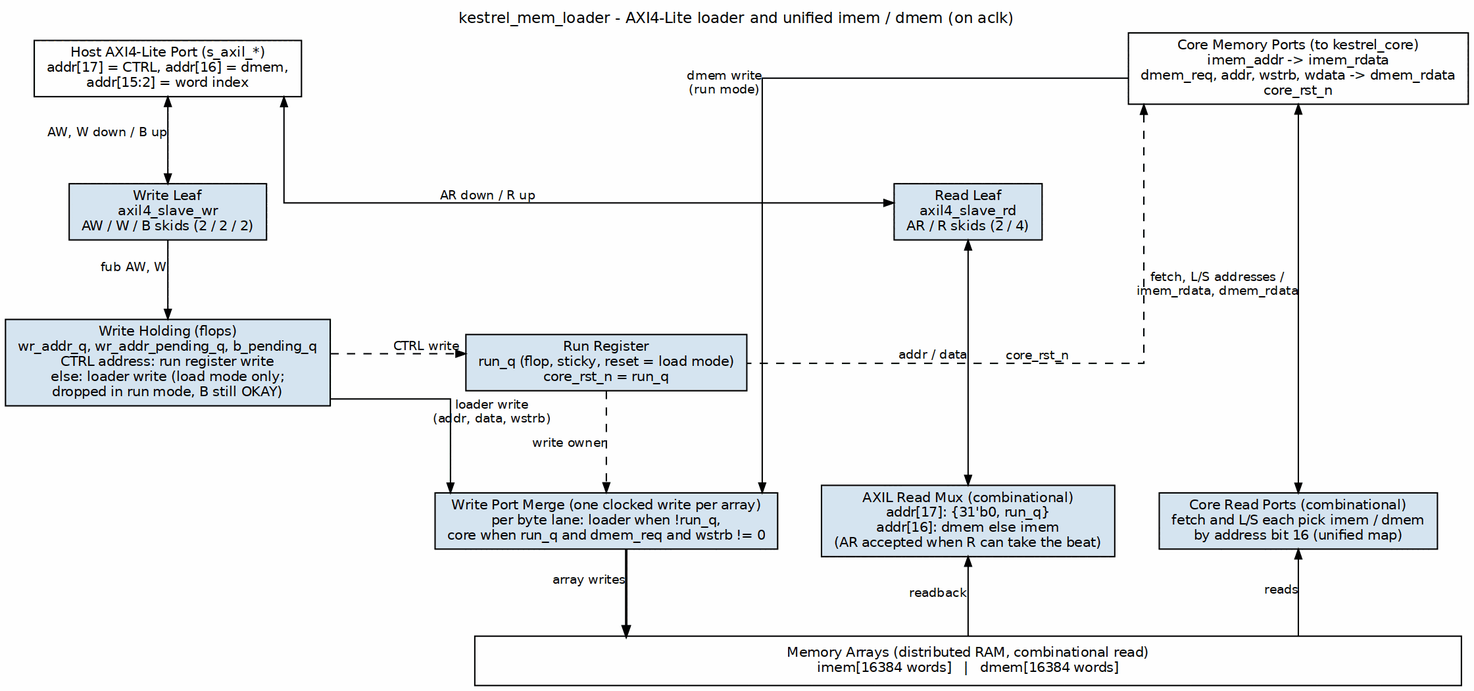
Above: projects/components/riscv-ip/kestrel-rv32i/docs/kestrel_mas/assets/graphviz/kestrel_mem_loader.png in sean-galloway/RTLDesignSherpa (Graphviz), before the change. Its source is kept beside it as projects/components/riscv-ip/kestrel-rv32i/docs/kestrel_mas/assets/graphviz/kestrel_mem_loader.dot. Source of this version:
```dot
digraph kestrel_mem_loader {
    graph [rankdir=TB, bgcolor="white", fontname="Helvetica", fontsize=11,
           nodesep="0.45", ranksep="0.80", splines=ortho, newrank=true,
           labelloc=t, labeljust=c];
    node  [fontname="Helvetica", fontsize=10, shape=box, style=filled,
           fillcolor="#D6E4F0", color="black", margin="0.12,0.06"];
    edge  [fontname="Helvetica", fontsize=9, color="black", arrowsize=0.7];
    label="kestrel_mem_loader - AXI4-Lite loader and unified imem / dmem (on aclk)";

    host  [label="Host AXI4-Lite Port (s_axil_*)\naddr[17] = CTRL, addr[16] = dmem,\naddr[15:2] = word index", fillcolor="white", group=H];
    core  [label="Core Memory Ports (to kestrel_core)\nimem_addr -> imem_rdata\ndmem_req, addr, wstrb, wdata -> dmem_rdata\ncore_rst_n", fillcolor="white", group=K];

    skwr  [label="Write Leaf\naxil4_slave_wr\nAW / W / B skids (2 / 2 / 2)", group=H];
    skrd  [label="Read Leaf\naxil4_slave_rd\nAR / R skids (2 / 4)", group=R];
    hold  [label="Write Holding (flops)\nwr_addr_q, wr_addr_pending_q, b_pending_q\nCTRL address: run register write\nelse: loader write (load mode only;\ndropped in run mode, B still OKAY)", group=H];
    run   [label="Run Register\nrun_q (flop, sticky, reset = load mode)\ncore_rst_n = run_q", group=M];
    merge [label="Write Port Merge (one clocked write per array)\nper byte lane: loader when !run_q,\ncore when run_q and dmem_req and wstrb != 0", group=M];
    rdmux [label="AXIL Read Mux (combinational)\naddr[17]: {31'b0, run_q}\naddr[16]: dmem else imem\n(AR accepted when R can take the beat)", group=R];
    crd   [label="Core Read Ports (combinational)\nfetch and L/S each pick imem / dmem\nby address bit 16 (unified map)", group=K];

    bar   [label="Memory Arrays (distributed RAM, combinational read)\nimem[16384 words]   |   dmem[16384 words]",
           fillcolor="white", width=10.0];

    host  -> skwr  [dir=both, xlabel="AW, W down / B up"];
    skwr  -> hold  [xlabel="fub AW, W"];
    hold  -> merge [xlabel="loader write\n(addr, data, wstrb)"];
    merge -> bar   [xlabel="array writes", penwidth=1.8];

    host  -> skrd  [dir=both, xlabel="AR down / R up"];
    skrd  -> rdmux [dir=both, xlabel="addr / data"];
    rdmux -> bar   [dir=back, xlabel="readback"];

    core  -> crd   [dir=both, xlabel="fetch, L/S addresses /\nimem_rdata, dmem_rdata"];
    crd   -> bar   [dir=back, xlabel="reads"];
    core  -> merge [xlabel="dmem write\n(run mode)"];

    hold  -> run   [style=dashed, xlabel="CTRL write"];
    run   -> merge [style=dashed, xlabel="write owner"];
    core  -> run   [style=dashed, dir=back, xlabel="core_rst_n"];

    { rank=same; host; core; }
    { rank=same; skwr; skrd; }
    { rank=same; hold; run; }
    { rank=same; merge; rdmux; crd; }
    host -> core [style=invis, minlen=3];
    skwr -> skrd [style=invis];
    hold -> run [style=invis];
    merge -> rdmux -> crd [style=invis];
}
```
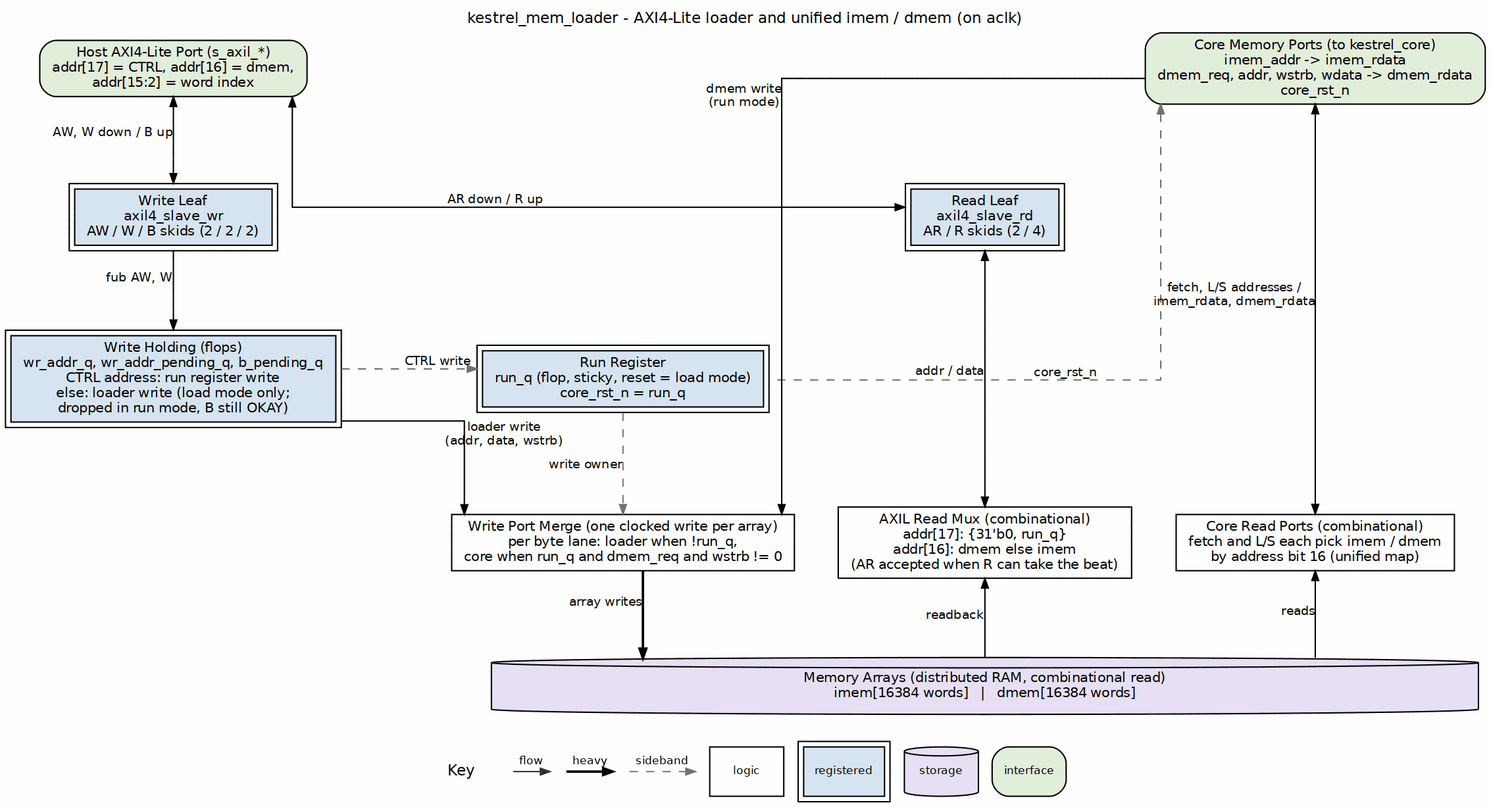
Later version of the same file.

The edit, as a diff of the source:
```diff
@@ -3,23 +3,23 @@
            nodesep="0.45", ranksep="0.80", splines=ortho, newrank=true,
            labelloc=t, labeljust=c];
     node  [fontname="Helvetica", fontsize=10, shape=box, style=filled,
-           fillcolor="#D6E4F0", color="black", margin="0.12,0.06"];
+           fillcolor="white", color="black", margin="0.12,0.06"];
     edge  [fontname="Helvetica", fontsize=9, color="black", arrowsize=0.7];
     label="kestrel_mem_loader - AXI4-Lite loader and unified imem / dmem (on aclk)";
 
-    host  [label="Host AXI4-Lite Port (s_axil_*)\naddr[17] = CTRL, addr[16] = dmem,\naddr[15:2] = word index", fillcolor="white", group=H];
-    core  [label="Core Memory Ports (to kestrel_core)\nimem_addr -> imem_rdata\ndmem_req, addr, wstrb, wdata -> dmem_rdata\ncore_rst_n", fillcolor="white", group=K];
+    host  [label="Host AXI4-Lite Port (s_axil_*)\naddr[17] = CTRL, addr[16] = dmem,\naddr[15:2] = word index", fillcolor="white", group=H, style="rounded,filled", fillcolor="#E2EFDA"];
+    core  [label="Core Memory Ports (to kestrel_core)\nimem_addr -> imem_rdata\ndmem_req, addr, wstrb, wdata -> dmem_rdata\ncore_rst_n", fillcolor="white", group=K, style="rounded,filled", fillcolor="#E2EFDA"];
 
-    skwr  [label="Write Leaf\naxil4_slave_wr\nAW / W / B skids (2 / 2 / 2)", group=H];
-    skrd  [label="Read Leaf\naxil4_slave_rd\nAR / R skids (2 / 4)", group=R];
-    hold  [label="Write Holding (flops)\nwr_addr_q, wr_addr_pending_q, b_pending_q\nCTRL address: run register write\nelse: loader write (load mode only;\ndropped in run mode, B still OKAY)", group=H];
-    run   [label="Run Register\nrun_q (flop, sticky, reset = load mode)\ncore_rst_n = run_q", group=M];
-    merge [label="Write Port Merge (one clocked write per array)\nper byte lane: loader when !run_q,\ncore when run_q and dmem_req and wstrb != 0", group=M];
-    rdmux [label="AXIL Read Mux (combinational)\naddr[17]: {31'b0, run_q}\naddr[16]: dmem else imem\n(AR accepted when R can take the beat)", group=R];
-    crd   [label="Core Read Ports (combinational)\nfetch and L/S each pick imem / dmem\nby address bit 16 (unified map)", group=K];
+    skwr  [label="Write Leaf\naxil4_slave_wr\nAW / W / B skids (2 / 2 / 2)", group=H, peripheries=2, style="filled", fillcolor="#D6E4F0"];
+    skrd  [label="Read Leaf\naxil4_slave_rd\nAR / R skids (2 / 4)", group=R, peripheries=2, style="filled", fillcolor="#D6E4F0"];
+    hold  [label="Write Holding (flops)\nwr_addr_q, wr_addr_pending_q, b_pending_q\nCTRL address: run register write\nelse: loader write (load mode only;\ndropped in run mode, B still OKAY)", group=H, peripheries=2, style="filled", fillcolor="#D6E4F0"];
+    run   [label="Run Register\nrun_q (flop, sticky, reset = load mode)\ncore_rst_n = run_q", group=M, peripheries=2, style="filled", fillcolor="#D6E4F0"];
+    merge [label="Write Port Merge (one clocked write per array)\nper byte lane: loader when !run_q,\ncore when run_q and dmem_req and wstrb != 0", group=M, style="filled", fillcolor="white"];
+    rdmux [label="AXIL Read Mux (combinational)\naddr[17]: {31'b0, run_q}\naddr[16]: dmem else imem\n(AR accepted when R can take the beat)", group=R, style="filled", fillcolor="white"];
+    crd   [label="Core Read Ports (combinational)\nfetch and L/S each pick imem / dmem\nby address bit 16 (unified map)", group=K, style="filled", fillcolor="white"];
 
     bar   [label="Memory Arrays (distributed RAM, combinational read)\nimem[16384 words]   |   dmem[16384 words]",
-           fillcolor="white", width=10.0];
+           fillcolor="white", width=10.0, shape=cylinder, style="filled", fillcolor="#E8DFF5"];
 
     host  -> skwr  [dir=both, xlabel="AW, W down / B up"];
     skwr  -> hold  [xlabel="fub AW, W"];
@@ -34,9 +34,9 @@
     crd   -> bar   [dir=back, xlabel="reads"];
     core  -> merge [xlabel="dmem write\n(run mode)"];
 
-    hold  -> run   [style=dashed, xlabel="CTRL write"];
-    run   -> merge [style=dashed, xlabel="write owner"];
-    core  -> run   [style=dashed, dir=back, xlabel="core_rst_n"];
+    hold  -> run   [style=dashed, color="#777777", xlabel="CTRL write"];
+    run   -> merge [style=dashed, color="#777777", xlabel="write owner"];
+    core  -> run   [style=dashed, color="#777777", dir=back, xlabel="core_rst_n"];
 
     { rank=same; host; core; }
     { rank=same; skwr; skrd; }
```
